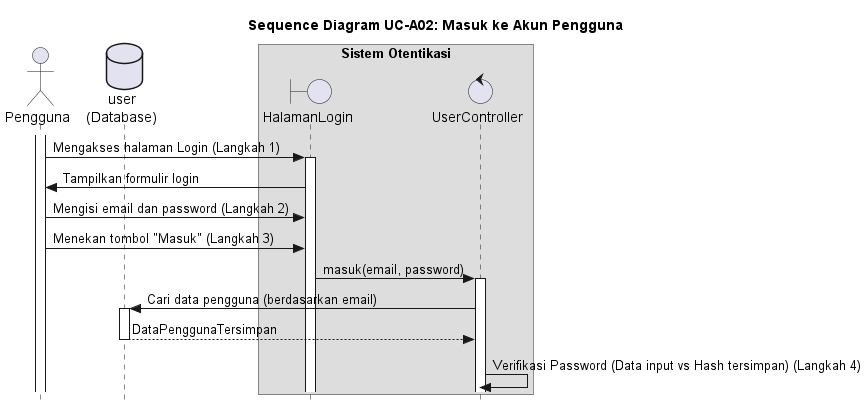
This is out/UC-A02/SD-UC-A02_Login.png from alfiahnurfa/RSI-PROYEK-AKHIR-SEQUENCE, a PlantUML export, as it was before one commit. Its diagram source:
```plantuml
@startuml SD-UC-A02_Login
title Sequence Diagram UC-A02: Masuk ke Akun Pengguna
skinparam style strictuml

actor Pengguna
boundary HalamanLogin
control UserController
database user as "user\n(Database)"

box "Sistem Otentikasi"
    participant HalamanLogin
    participant UserController
end box

activate Pengguna
Pengguna -> HalamanLogin : Mengakses halaman Login (Langkah 1)
activate HalamanLogin

HalamanLogin -> Pengguna : Tampilkan formulir login

Pengguna -> HalamanLogin : Mengisi email dan password (Langkah 2)

Pengguna -> HalamanLogin : Menekan tombol "Masuk" (Langkah 3)

HalamanLogin -> UserController : masuk(email, password)
activate UserController

UserController -> user : Cari data pengguna (berdasarkan email)
activate user
return DataPenggunaTersimpan

UserController -> UserController : Verifikasi Password (Data input vs Hash tersimpan) (Langkah 4)






deactivate user

@enduml
```
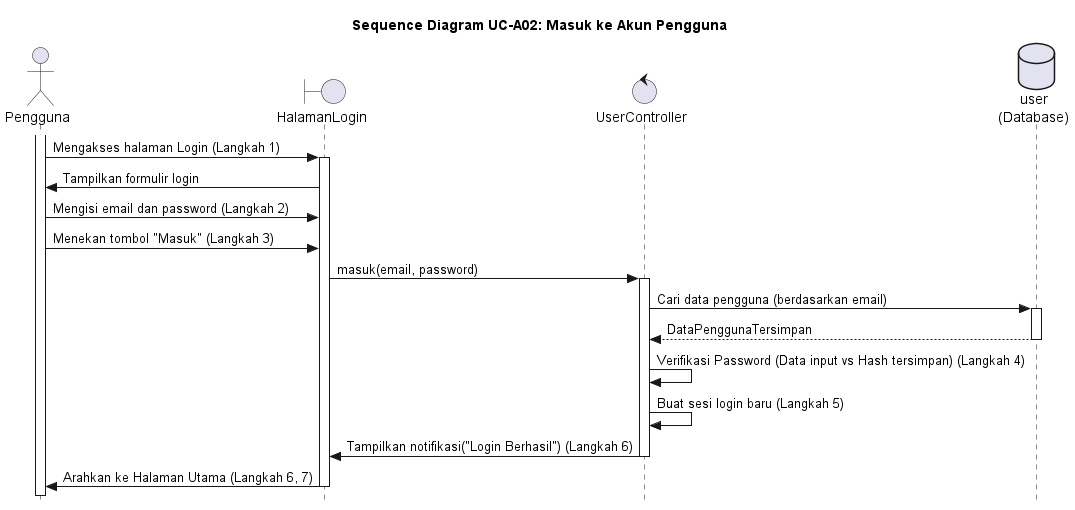
Above is the later version.

What changed in the source:
```diff
@@ -7,10 +7,6 @@
 control UserController
 database user as "user\n(Database)"
 
-box "Sistem Otentikasi"
-    participant HalamanLogin
-    participant UserController
-end box
 
 activate Pengguna
 Pengguna -> HalamanLogin : Mengakses halaman Login (Langkah 1)
@@ -31,6 +27,13 @@
 
 UserController -> UserController : Verifikasi Password (Data input vs Hash tersimpan) (Langkah 4)
 
+    UserController -> UserController : Buat sesi login baru (Langkah 5)
+
+    UserController -> HalamanLogin : Tampilkan notifikasi("Login Berhasil") (Langkah 6)
+    deactivate UserController
+
+    HalamanLogin -> Pengguna : Arahkan ke Halaman Utama (Langkah 6, 7)
+    deactivate HalamanLogin
 
 
 
```
